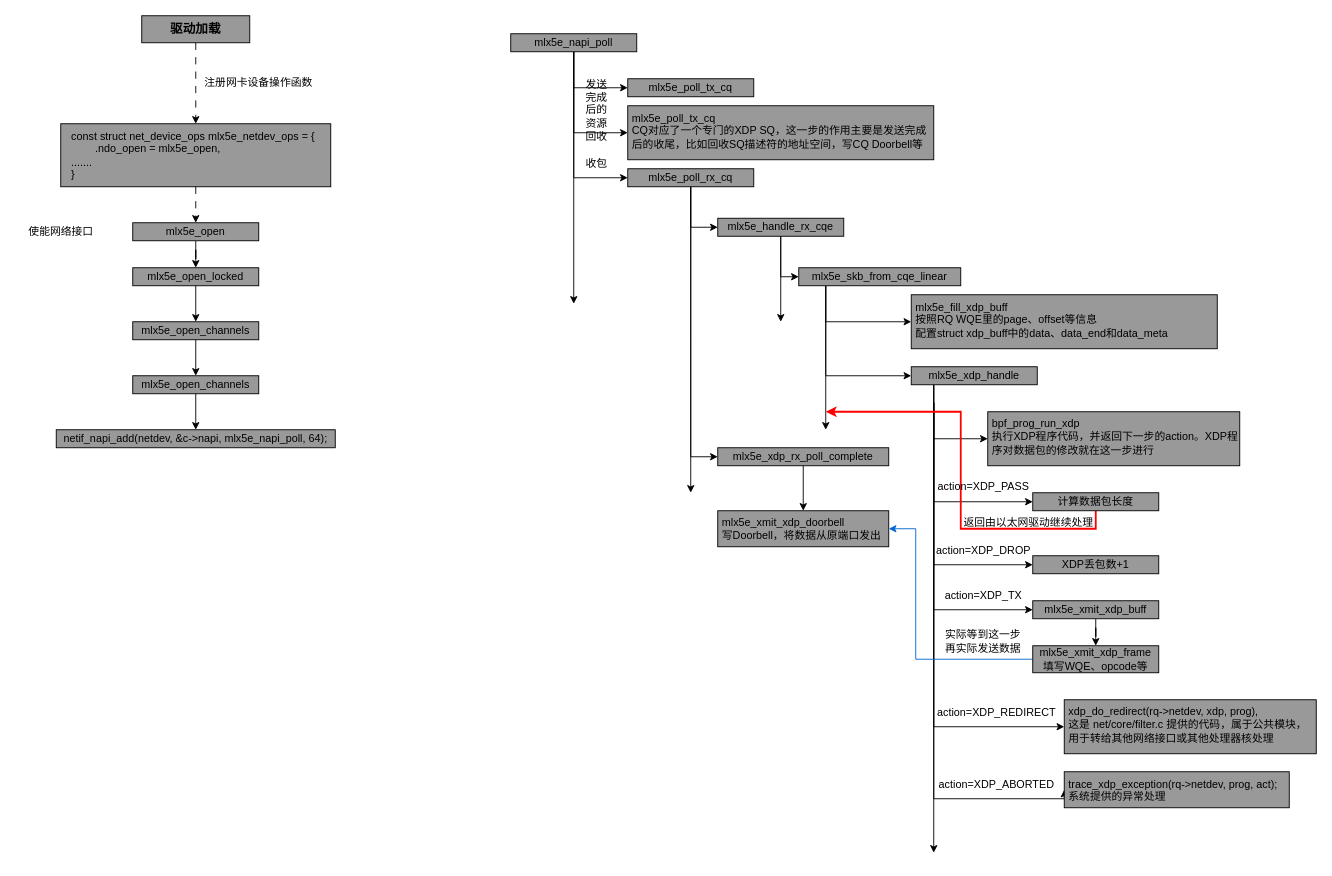
wehyy/my-world keeps this draw.io diagram as ebpf.drawio. Above is the earlier version. Source tidied: cells renumbered, new cells numbered last; positions are measured from the earlier drawing's top-left corner, leaving out a move shared by most shapes. Both pictures are drawn from the tidied source at 90%, with x=0, y=0 at pixel (15, 15).
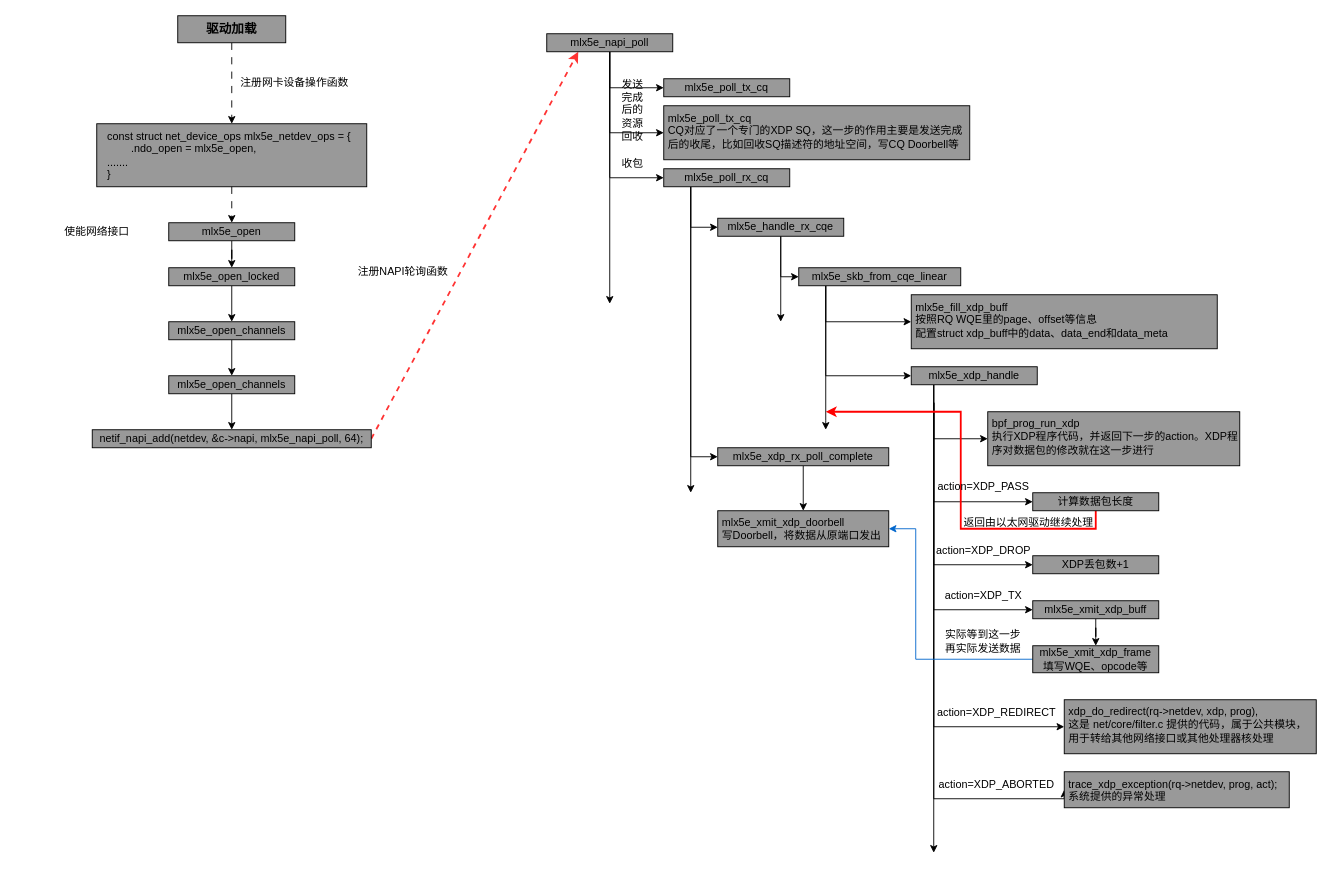
After the change.

The change refers to these unchanged cells:
```xml
<mxCell id="33" value="mlx5e_handle_rx_cqe" style="rounded=0;whiteSpace=wrap;html=1;fillColor=#999999;strokeColor=default;align=center;verticalAlign=middle;fontFamily=Helvetica;fontSize=12;fontColor=default;" parent="1" vertex="1">
  <mxGeometry x="780" y="225" width="140" height="20" as="geometry" />
</mxCell>
<mxCell id="48" value="mlx5e_xdp_rx_poll_complete" style="rounded=0;whiteSpace=wrap;html=1;fillColor=#999999;strokeColor=default;align=center;verticalAlign=middle;fontFamily=Helvetica;fontSize=12;fontColor=default;" parent="1" vertex="1">
  <mxGeometry x="780" y="480" width="190" height="20" as="geometry" />
</mxCell>
```

Change to the diagram source:
```diff
@@
     <mxCell id="3" value="&lt;font style=&quot;font-size: 14px;&quot;&gt;&lt;b&gt;驱动加载&lt;/b&gt;&lt;/font&gt;" style="rounded=0;whiteSpace=wrap;html=1;fillColor=#999999;" parent="1" vertex="1">
-      <mxGeometry x="140" width="120" height="30" as="geometry" />
+      <mxGeometry x="180" width="120" height="30" as="geometry" />
     </mxCell>
     <mxCell id="4" style="rounded=0;whiteSpace=wrap;html=1;fillColor=#999999;strokeColor=default;align=center;verticalAlign=middle;fontFamily=Helvetica;fontSize=12;fontColor=default;" parent="1" vertex="1">
-      <mxGeometry x="50" y="120" width="300" height="70" as="geometry" />
+      <mxGeometry x="90" y="120" width="300" height="70" as="geometry" />
     </mxCell>
@@
     <mxCell id="6" value="const struct net_device_ops mlx5e_netdev_ops = {&lt;div&gt;&lt;span style=&quot;white-space: pre;&quot;&gt;&#9;&lt;/span&gt;.ndo_open = mlx5e_open,&lt;/div&gt;&lt;div&gt;.......&lt;/div&gt;&lt;div&gt;}&lt;/div&gt;" style="text;html=1;align=left;verticalAlign=middle;whiteSpace=wrap;rounded=0;fontFamily=Helvetica;fontSize=12;fontColor=default;" parent="1" vertex="1">
-      <mxGeometry x="60" y="120" width="280" height="70" as="geometry" />
+      <mxGeometry x="100" y="120" width="280" height="70" as="geometry" />
     </mxCell>
     <mxCell id="7" value="注册网卡设备操作函数" style="text;strokeColor=none;align=center;fillColor=none;html=1;verticalAlign=middle;whiteSpace=wrap;rounded=0;fontFamily=Helvetica;fontSize=12;fontColor=default;" parent="1" vertex="1">
-      <mxGeometry x="200" y="60" width="140" height="30" as="geometry" />
+      <mxGeometry x="240" y="60" width="140" height="30" as="geometry" />
     </mxCell>
@@
     <mxCell id="9" value="mlx5e_open" style="rounded=0;whiteSpace=wrap;html=1;fillColor=#999999;strokeColor=default;align=center;verticalAlign=middle;fontFamily=Helvetica;fontSize=12;fontColor=default;" parent="1" vertex="1">
-      <mxGeometry x="130" y="230" width="140" height="20" as="geometry" />
+      <mxGeometry x="170" y="230" width="140" height="20" as="geometry" />
     </mxCell>
@@
     <mxCell id="11" value="mlx5e_open_locked" style="rounded=0;whiteSpace=wrap;html=1;fillColor=#999999;strokeColor=default;align=center;verticalAlign=middle;fontFamily=Helvetica;fontSize=12;fontColor=default;" parent="1" vertex="1">
-      <mxGeometry x="130" y="280" width="140" height="20" as="geometry" />
+      <mxGeometry x="170" y="280" width="140" height="20" as="geometry" />
     </mxCell>
@@
     <mxCell id="13" value="mlx5e_open_channels" style="rounded=0;whiteSpace=wrap;html=1;fillColor=#999999;strokeColor=default;align=center;verticalAlign=middle;fontFamily=Helvetica;fontSize=12;fontColor=default;" parent="1" vertex="1">
-      <mxGeometry x="130" y="340" width="140" height="20" as="geometry" />
+      <mxGeometry x="170" y="340" width="140" height="20" as="geometry" />
     </mxCell>
@@
     <mxCell id="15" value="mlx5e_open_channels" style="rounded=0;whiteSpace=wrap;html=1;fillColor=#999999;strokeColor=default;align=center;verticalAlign=middle;fontFamily=Helvetica;fontSize=12;fontColor=default;" parent="1" vertex="1">
-      <mxGeometry x="130" y="400" width="140" height="20" as="geometry" />
+      <mxGeometry x="170" y="400" width="140" height="20" as="geometry" />
     </mxCell>
+    <mxCell id="67" style="rounded=0;jettySize=auto;html=1;entryX=0.25;entryY=1;entryDx=0;entryDy=0;fontFamily=Helvetica;fontSize=12;fontColor=default;exitX=1;exitY=0.5;exitDx=0;exitDy=0;dashed=1;strokeColor=#FF3333;strokeWidth=2;" parent="1" edge="1" source="16" target="22">
+      <mxGeometry relative="1" as="geometry" />
+    </mxCell>
     <mxCell id="16" value="netif_napi_add(netdev, &amp;amp;c-&amp;gt;napi, mlx5e_napi_poll, 64);" style="rounded=0;whiteSpace=wrap;html=1;fillColor=#999999;strokeColor=default;align=center;verticalAlign=middle;fontFamily=Helvetica;fontSize=12;fontColor=default;" parent="1" vertex="1">
-      <mxGeometry x="45" y="460" width="310" height="20" as="geometry" />
+      <mxGeometry x="85" y="460" width="310" height="20" as="geometry" />
     </mxCell>
     <mxCell id="17" value="使能网络接口" style="text;html=1;align=center;verticalAlign=middle;strokeColor=none;fillColor=none;fontFamily=Helvetica;fontSize=12;fontColor=default;" parent="1" vertex="1">
-      <mxGeometry y="225" width="100" height="30" as="geometry" />
+      <mxGeometry x="40" y="225" width="100" height="30" as="geometry" />
     </mxCell>
     <mxCell id="18" style="edgeStyle=orthogonalEdgeStyle;rounded=0;jettySize=auto;html=1;fontFamily=Helvetica;fontSize=12;fontColor=default;" parent="1" edge="1" source="22">
       <mxGeometry relative="1" as="geometry">
-        <mxPoint x="620" y="320" as="targetPoint" />
+        <mxPoint x="660" y="320" as="targetPoint" />
       </mxGeometry>
     </mxCell>
@@
     <mxCell id="22" value="mlx5e_napi_poll" style="rounded=0;whiteSpace=wrap;html=1;fillColor=#999999;strokeColor=default;align=center;verticalAlign=middle;fontFamily=Helvetica;fontSize=12;fontColor=default;" parent="1" vertex="1">
-      <mxGeometry x="550" y="20" width="140" height="20" as="geometry" />
+      <mxGeometry x="590" y="20" width="140" height="20" as="geometry" />
     </mxCell>
     <mxCell id="23" value="mlx5e_poll_tx_cq" style="rounded=0;whiteSpace=wrap;html=1;fillColor=#999999;strokeColor=default;align=center;verticalAlign=middle;fontFamily=Helvetica;fontSize=12;fontColor=default;" parent="1" vertex="1">
-      <mxGeometry x="680" y="70" width="140" height="20" as="geometry" />
+      <mxGeometry x="720" y="70" width="140" height="20" as="geometry" />
     </mxCell>
     <mxCell id="24" value="mlx5e_poll_tx_cq&lt;div&gt;CQ对应了一个专门的XDP SQ，这一步的作用主要是发送完成后的收尾，比如回收SQ描述符的地址空间，写CQ Doorbell等&lt;/div&gt;" style="rounded=0;whiteSpace=wrap;html=1;fillColor=#999999;strokeColor=default;align=left;verticalAlign=top;fontFamily=Helvetica;fontSize=12;fontColor=default;spacingLeft=3;spacingTop=0;spacing=2;spacingBottom=0;" parent="1" vertex="1">
-      <mxGeometry x="680" y="100" width="340" height="60" as="geometry" />
+      <mxGeometry x="720" y="100" width="340" height="60" as="geometry" />
     </mxCell>
-    <mxCell id="25" style="edgeStyle=orthogonalEdgeStyle;rounded=0;jettySize=auto;html=1;fontFamily=Helvetica;fontSize=12;fontColor=default;" parent="1" edge="1" source="28">
+    <mxCell id="25" style="edgeStyle=orthogonalEdgeStyle;rounded=0;orthogonalLoop=1;jettySize=auto;html=1;fontFamily=Helvetica;fontSize=12;fontColor=default;" parent="1" edge="1">
       <mxGeometry relative="1" as="geometry">
+        <mxPoint x="750" y="190" as="sourcePoint" />
         <mxPoint x="750" y="530" as="targetPoint" />
       </mxGeometry>
     </mxCell>
-    <mxCell id="26" style="edgeStyle=orthogonalEdgeStyle;rounded=0;jettySize=auto;html=1;entryX=0;entryY=0.5;entryDx=0;entryDy=0;fontFamily=Helvetica;fontSize=12;fontColor=default;" parent="1" edge="1" source="28" target="33">
-      <mxGeometry relative="1" as="geometry" />
+    <mxCell id="26" style="edgeStyle=orthogonalEdgeStyle;rounded=0;jettySize=auto;html=1;entryX=0;entryY=0.5;entryDx=0;entryDy=0;fontFamily=Helvetica;fontSize=12;fontColor=default;" parent="1" edge="1" target="33">
+      <mxGeometry relative="1" as="geometry">
+        <mxPoint x="750" y="190" as="sourcePoint" />
+        <Array as="points">
+          <mxPoint x="750" y="235" />
+        </Array>
+      </mxGeometry>
     </mxCell>
-    <mxCell id="27" style="edgeStyle=orthogonalEdgeStyle;rounded=0;jettySize=auto;html=1;entryX=0;entryY=0.5;entryDx=0;entryDy=0;fontFamily=Helvetica;fontSize=12;fontColor=default;" parent="1" edge="1" source="28" target="48">
-      <mxGeometry relative="1" as="geometry" />
+    <mxCell id="27" style="edgeStyle=orthogonalEdgeStyle;rounded=0;jettySize=auto;html=1;entryX=0;entryY=0.5;entryDx=0;entryDy=0;fontFamily=Helvetica;fontSize=12;fontColor=default;" parent="1" edge="1" target="48">
+      <mxGeometry relative="1" as="geometry">
+        <mxPoint x="750" y="190" as="sourcePoint" />
+        <Array as="points">
+          <mxPoint x="750" y="490" />
+        </Array>
+      </mxGeometry>
     </mxCell>
     <mxCell id="28" value="mlx5e_poll_rx_cq" style="rounded=0;whiteSpace=wrap;html=1;fillColor=#999999;strokeColor=default;align=center;verticalAlign=middle;fontFamily=Helvetica;fontSize=12;fontColor=default;" parent="1" vertex="1">
-      <mxGeometry x="680" y="170" width="140" height="20" as="geometry" />
+      <mxGeometry x="720" y="170" width="140" height="20" as="geometry" />
     </mxCell>
     <mxCell id="29" value="发送&lt;div&gt;完成&lt;/div&gt;&lt;div&gt;后的&lt;/div&gt;&lt;div&gt;资源&lt;/div&gt;&lt;div&gt;回收&lt;/div&gt;" style="text;html=1;align=center;verticalAlign=middle;strokeColor=none;fillColor=none;fontFamily=Helvetica;fontSize=12;fontColor=default;" parent="1" vertex="1">
-      <mxGeometry x="620" y="60" width="50" height="90" as="geometry" />
+      <mxGeometry x="660" y="60" width="50" height="90" as="geometry" />
     </mxCell>
     <mxCell id="30" value="收包" style="text;html=1;align=center;verticalAlign=middle;strokeColor=none;fillColor=none;fontFamily=Helvetica;fontSize=12;fontColor=default;" parent="1" vertex="1">
-      <mxGeometry x="620" y="150" width="50" height="30" as="geometry" />
+      <mxGeometry x="660" y="150" width="50" height="30" as="geometry" />
     </mxCell>
@@
+    <mxCell id="68" value="注册NAPI轮询函数" style="text;html=1;align=center;verticalAlign=middle;strokeColor=none;fillColor=none;fontFamily=Helvetica;fontSize=12;fontColor=default;" parent="1" vertex="1">
+      <mxGeometry x="370" y="270" width="120" height="30" as="geometry" />
+    </mxCell>
```
